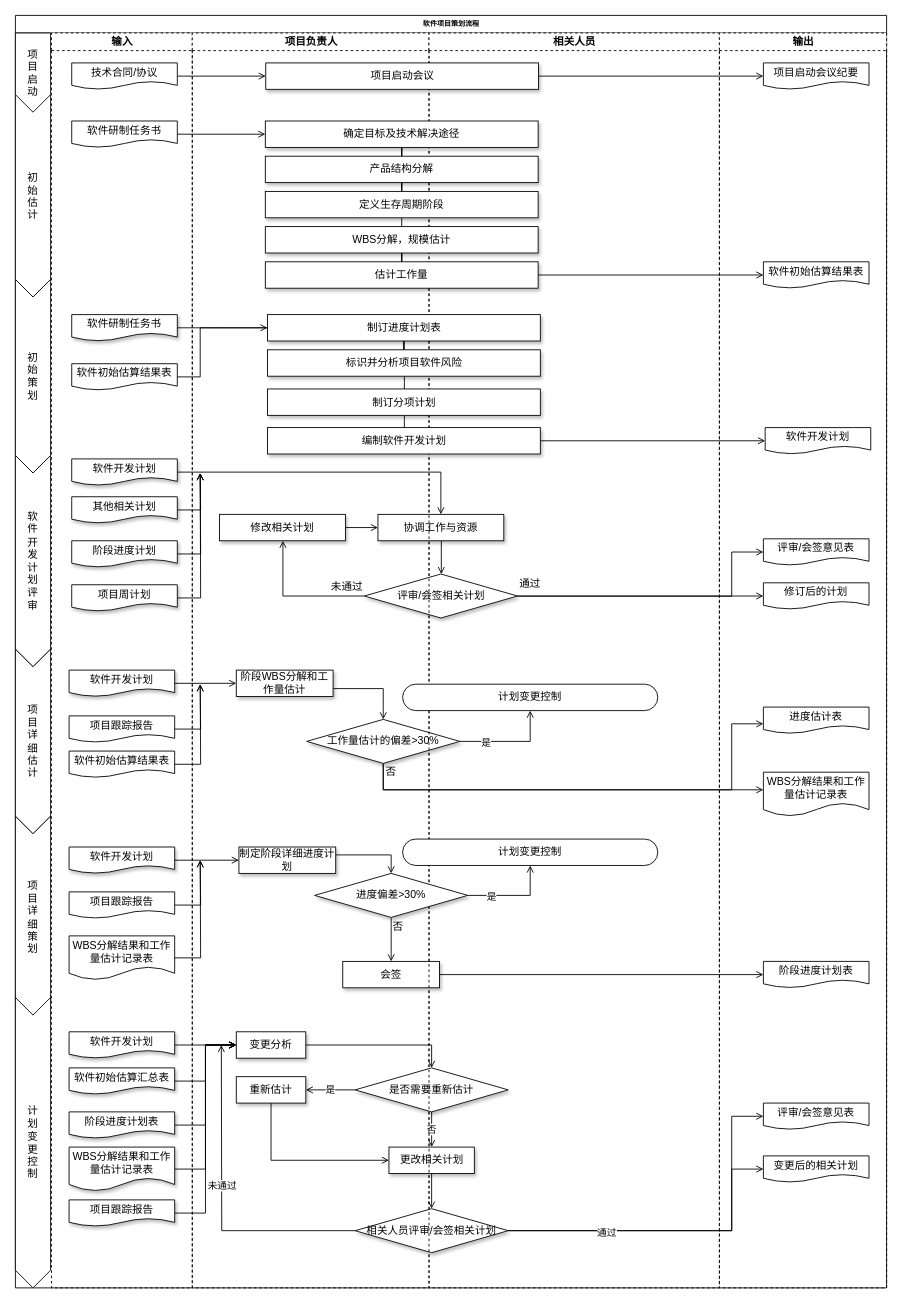
ColonelDarcy2018/excelsior keeps this draw.io diagram as 国军标5000A-文审-项目策划过程域.drawio. Above is the earlier version. Source tidied: cells renumbered, new cells numbered last; positions are measured from the earlier drawing's top-left corner, leaving out a move shared by most shapes. Both pictures are drawn from the tidied source at 88%, with x=0, y=0 at pixel (15, 15).
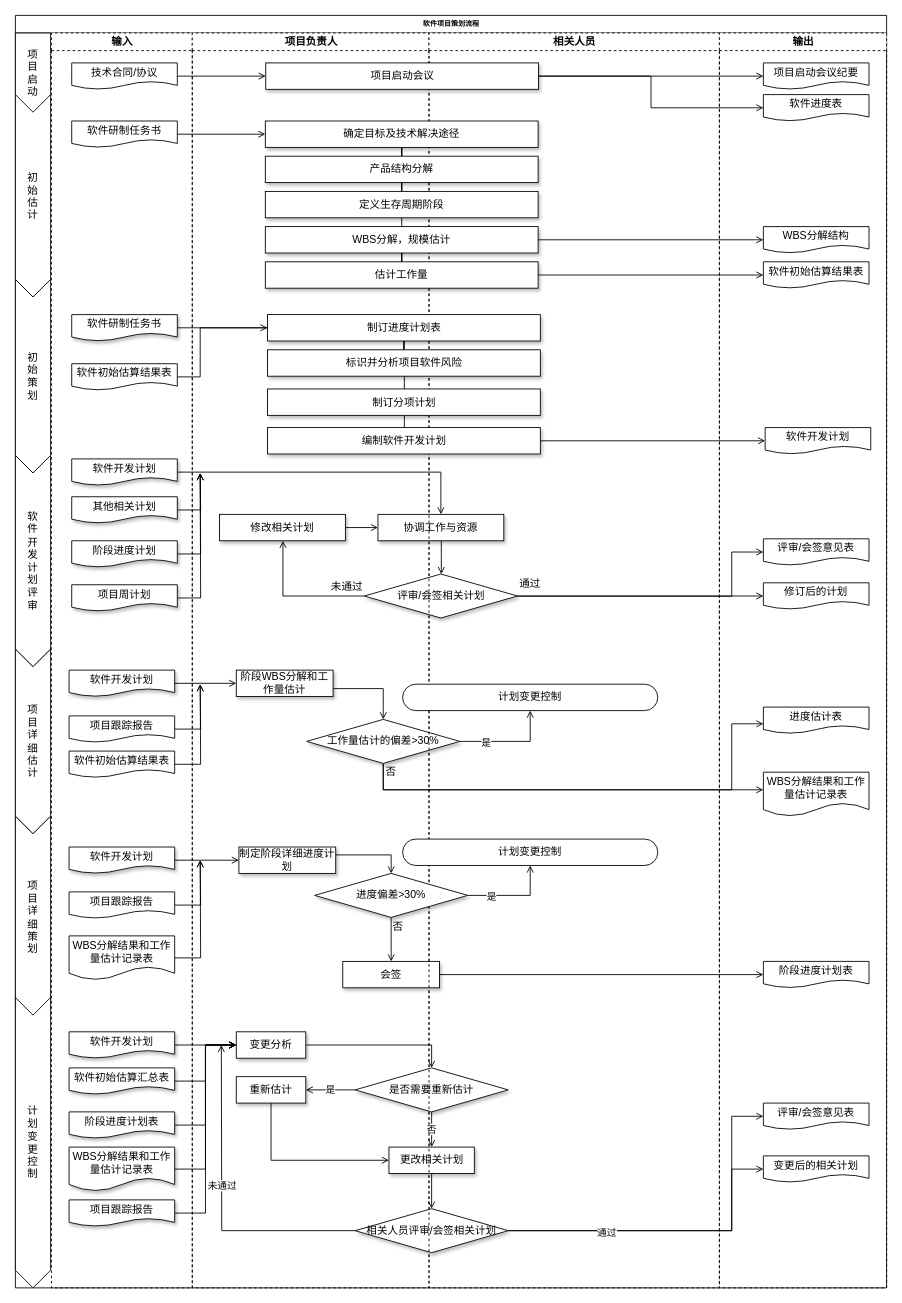
Above is the later version.

Commit message:
Update 国军标5000A-文审-项目策划过程域.drawio

Unchanged cells that the change refers to:
```xml
<mxCell id="69" value="输出" style="swimlane;html=1;startSize=20;dashed=1;" parent="2" vertex="1">
  <mxGeometry x="800" y="20" width="190" height="1426" as="geometry" />
</mxCell>
<mxCell id="84" value="项目启动会议" style="rounded=0;whiteSpace=wrap;html=1;shadow=1;fontSize=12;" parent="1" vertex="1">
  <mxGeometry x="284.5" y="54" width="310" height="30" as="geometry" />
</mxCell>
<mxCell id="122" value="WBS分解，规模估计" style="rounded=0;whiteSpace=wrap;html=1;shadow=1;fontSize=12;" parent="1" vertex="1">
  <mxGeometry x="284" y="240" width="310" height="30" as="geometry" />
</mxCell>
```

Diff of the diagram source:
```diff
@@
+    <mxCell id="128" value="软件进度表" style="shape=document;whiteSpace=wrap;html=1;boundedLbl=1;fontSize=12;" parent="69" vertex="1">
+      <mxGeometry x="50" y="70" width="120" height="30" as="geometry" />
+    </mxCell>
+    <mxCell id="129" value="WBS分解结构" style="shape=document;whiteSpace=wrap;html=1;boundedLbl=1;fontSize=12;" parent="69" vertex="1">
+      <mxGeometry x="50" y="220" width="120" height="30" as="geometry" />
+    </mxCell>
@@
+    <mxCell id="130" style="edgeStyle=orthogonalEdgeStyle;rounded=0;jettySize=auto;html=1;entryX=0;entryY=0.5;entryDx=0;entryDy=0;endArrow=open;endFill=0;" parent="1" edge="1" source="84" target="128">
+      <mxGeometry relative="1" as="geometry" />
+    </mxCell>
@@
+    <mxCell id="131" style="edgeStyle=orthogonalEdgeStyle;rounded=0;jettySize=auto;html=1;entryX=0;entryY=0.5;entryDx=0;entryDy=0;endArrow=open;endFill=0;" parent="1" edge="1" source="122" target="129">
+      <mxGeometry relative="1" as="geometry" />
+    </mxCell>
```
